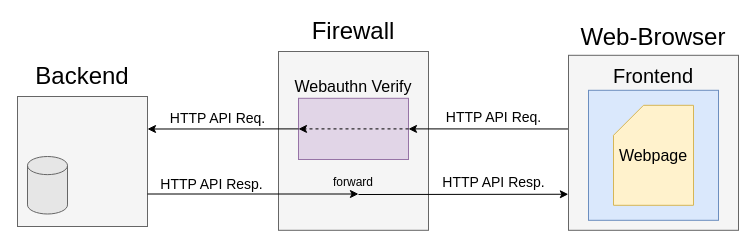
The draw.io diagram images/RESTful_with_firewall.drawio in DamianB-BitFlipper/MEng-Thesis, before the edit. Source tidied: cells renumbered, new cells numbered last; positions are measured from the earlier drawing's top-left corner, leaving out a move shared by most shapes. Both pictures are drawn from the tidied source at 100%, with x=0, y=0 at pixel (17, 21).
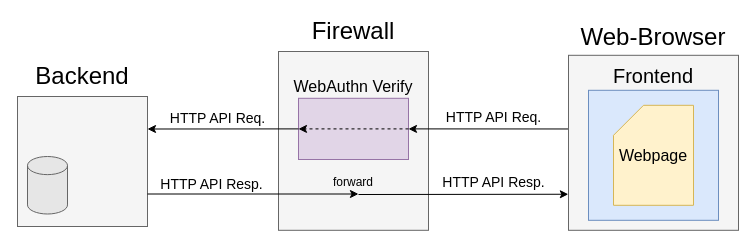
The same page after the edit.

What changed in the source:
```diff
@@
-    <mxCell id="8" value="&lt;font style=&quot;font-size: 16px&quot;&gt;Webauthn &lt;font style=&quot;font-size: 16px&quot;&gt;Verify&lt;/font&gt;&lt;/font&gt;" style="text;html=1;strokeColor=none;fillColor=none;align=center;verticalAlign=middle;whiteSpace=wrap;rounded=0;" parent="1" vertex="1">
+    <mxCell id="8" value="&lt;font style=&quot;font-size: 16px&quot;&gt;WebAuthn &lt;font style=&quot;font-size: 16px&quot;&gt;Verify&lt;/font&gt;&lt;/font&gt;" style="text;html=1;strokeColor=none;fillColor=none;align=center;verticalAlign=middle;whiteSpace=wrap;rounded=0;" parent="1" vertex="1">
       <mxGeometry x="261" y="55" width="150" height="20" as="geometry" />
     </mxCell>
```
